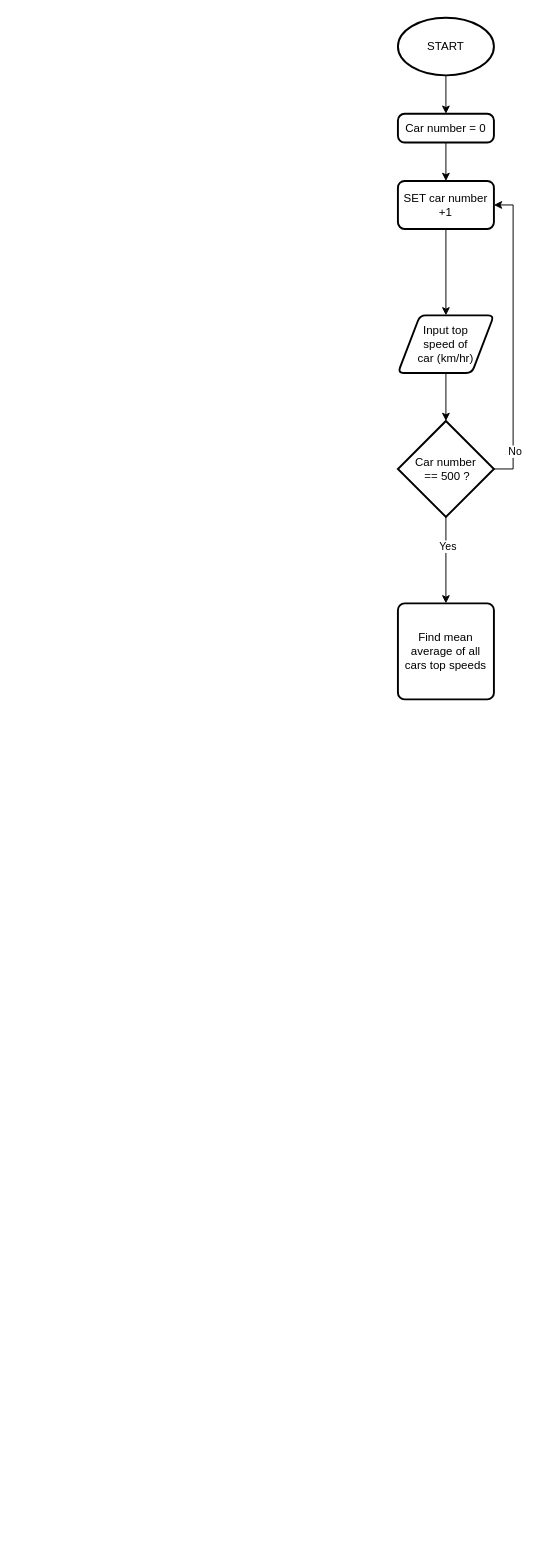
Hotdog-111/CompSci keeps this draw.io diagram as CompSci-main/1. Computational Thinking/FlowCharts/CarSpeeds.drawio. Above is the earlier version. Source tidied: cells renumbered, new cells numbered last; positions are measured from the earlier drawing's top-left corner, leaving out a move shared by most shapes. Both pictures are drawn from the tidied source at 96%, with x=0, y=0 at pixel (397, 17).
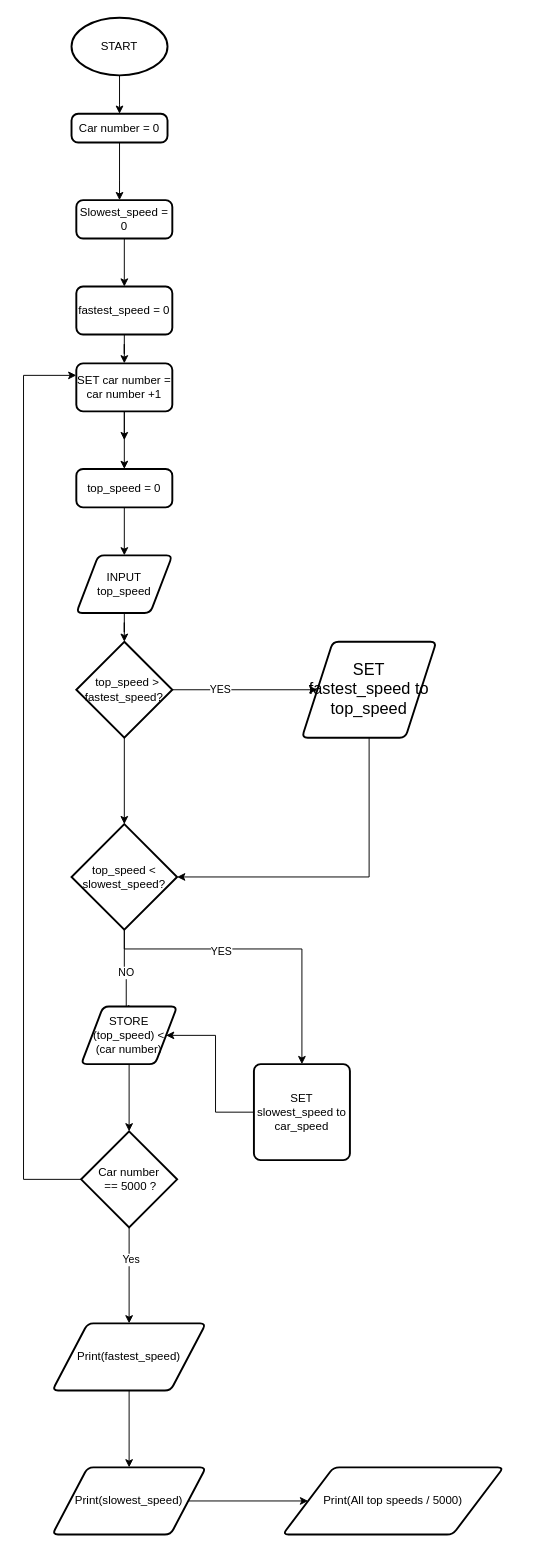
The same diagram, later.

Change to the diagram source:
```diff
@@
     <mxCell id="2" style="edgeStyle=orthogonalEdgeStyle;rounded=0;jettySize=auto;html=1;" parent="1" edge="1" source="3">
       <mxGeometry relative="1" as="geometry">
-        <mxPoint x="50" y="100" as="targetPoint" />
+        <mxPoint x="-290" y="100" as="targetPoint" />
         <Array as="points">
-          <mxPoint x="50" y="90" />
-          <mxPoint x="50" y="90" />
+          <mxPoint x="-290" y="90" />
+          <mxPoint x="-290" y="90" />
         </Array>
       </mxGeometry>
     </mxCell>
     <mxCell id="3" value="START" style="strokeWidth=2;html=1;shape=mxgraph.flowchart.start_1;whiteSpace=wrap;" parent="1" vertex="1">
-      <mxGeometry width="100" height="60" as="geometry" />
+      <mxGeometry x="-340" width="100" height="60" as="geometry" />
     </mxCell>
-    <mxCell id="4" style="edgeStyle=orthogonalEdgeStyle;rounded=0;jettySize=auto;html=1;entryX=0.5;entryY=0;entryDx=0;entryDy=0;entryPerimeter=0;" parent="1" edge="1" source="5" target="10">
-      <mxGeometry relative="1" as="geometry" />
-    </mxCell>
-    <mxCell id="5" value="Input top&lt;br&gt;speed of&lt;br&gt;car (km/hr)" style="shape=parallelogram;html=1;strokeWidth=2;perimeter=parallelogramPerimeter;whiteSpace=wrap;rounded=1;arcSize=12;size=0.23;" parent="1" vertex="1">
-      <mxGeometry y="310" width="100" height="60" as="geometry" />
-    </mxCell>
-    <mxCell id="6" style="edgeStyle=orthogonalEdgeStyle;rounded=0;jettySize=auto;html=1;entryX=1;entryY=0.5;entryDx=0;entryDy=0;" parent="1" edge="1" source="10" target="13">
-      <mxGeometry relative="1" as="geometry">
-        <Array as="points">
-          <mxPoint x="120" y="470" />
-          <mxPoint x="120" y="195" />
-        </Array>
-      </mxGeometry>
-    </mxCell>
-    <mxCell id="7" value="No" style="edgeLabel;html=1;align=center;verticalAlign=middle;" parent="6" vertex="1">
-      <mxGeometry x="-0.75" y="-1" relative="1" as="geometry" />
-    </mxCell>
-    <mxCell id="8" style="edgeStyle=orthogonalEdgeStyle;rounded=0;jettySize=auto;html=1;entryX=0.5;entryY=0;entryDx=0;entryDy=0;" parent="1" edge="1" source="10" target="11">
+    <mxCell id="8" style="edgeStyle=orthogonalEdgeStyle;rounded=0;jettySize=auto;html=1;entryX=0.5;entryY=0;entryDx=0;entryDy=0;" parent="1" edge="1" source="10" target="40">
       <mxGeometry relative="1" as="geometry" />
     </mxCell>
@@
+    <mxCell id="6" style="edgeStyle=orthogonalEdgeStyle;rounded=0;jettySize=auto;html=1;entryX=0;entryY=0.25;entryDx=0;entryDy=0;" parent="1" edge="1" source="10" target="13">
+      <mxGeometry relative="1" as="geometry">
+        <Array as="points">
+          <mxPoint x="-390" y="1210" />
+          <mxPoint x="-390" y="372" />
+        </Array>
+      </mxGeometry>
+    </mxCell>
-    <mxCell id="10" value="Car number&lt;br&gt;&amp;nbsp;== 500 ?" style="strokeWidth=2;html=1;shape=mxgraph.flowchart.decision;whiteSpace=wrap;" parent="1" vertex="1">
-      <mxGeometry y="420" width="100" height="100" as="geometry" />
+    <mxCell id="10" value="Car number&lt;br&gt;&amp;nbsp;== 5000 ?" style="strokeWidth=2;html=1;shape=mxgraph.flowchart.decision;whiteSpace=wrap;" parent="1" vertex="1">
+      <mxGeometry x="-330" y="1160" width="100" height="100" as="geometry" />
     </mxCell>
-    <mxCell id="11" value="Find mean average of all cars top speeds" style="rounded=1;whiteSpace=wrap;html=1;absoluteArcSize=1;arcSize=14;strokeWidth=2;" parent="1" vertex="1">
-      <mxGeometry y="610" width="100" height="100" as="geometry" />
-    </mxCell>
-    <mxCell id="12" style="edgeStyle=orthogonalEdgeStyle;rounded=0;jettySize=auto;html=1;entryX=0.5;entryY=0;entryDx=0;entryDy=0;" parent="1" edge="1" source="13" target="5">
-      <mxGeometry relative="1" as="geometry" />
+    <mxCell id="12" style="edgeStyle=orthogonalEdgeStyle;rounded=0;jettySize=auto;html=1;entryX=0.5;entryY=0;entryDx=0;entryDy=0;" parent="1" edge="1" source="13">
+      <mxGeometry relative="1" as="geometry">
+        <mxPoint x="-285" y="440" as="targetPoint" />
+      </mxGeometry>
     </mxCell>
+    <mxCell id="16" style="edgeStyle=orthogonalEdgeStyle;rounded=0;jettySize=auto;html=1;entryX=0.5;entryY=0;entryDx=0;entryDy=0;" parent="1" edge="1" source="13" target="37">
+      <mxGeometry relative="1" as="geometry" />
+    </mxCell>
-    <mxCell id="13" value="SET car number +1" style="rounded=1;whiteSpace=wrap;html=1;absoluteArcSize=1;arcSize=14;strokeWidth=2;" parent="1" vertex="1">
-      <mxGeometry y="170" width="100" height="50" as="geometry" />
+    <mxCell id="13" value="SET car number = car number +1" style="rounded=1;whiteSpace=wrap;html=1;absoluteArcSize=1;arcSize=14;strokeWidth=2;" parent="1" vertex="1">
+      <mxGeometry x="-335" y="360" width="100" height="50" as="geometry" />
     </mxCell>
-    <mxCell id="14" style="edgeStyle=orthogonalEdgeStyle;rounded=0;jettySize=auto;html=1;entryX=0.5;entryY=0;entryDx=0;entryDy=0;" parent="1" edge="1" source="15" target="13">
-      <mxGeometry relative="1" as="geometry" />
+    <mxCell id="14" style="edgeStyle=orthogonalEdgeStyle;rounded=0;jettySize=auto;html=1;" parent="1" edge="1" source="15">
+      <mxGeometry relative="1" as="geometry">
+        <mxPoint x="-290" y="190" as="targetPoint" />
+        <Array as="points">
+          <mxPoint x="-290" y="170" />
+          <mxPoint x="-290" y="170" />
+        </Array>
+      </mxGeometry>
     </mxCell>
     <mxCell id="15" value="Car number = 0" style="rounded=1;whiteSpace=wrap;html=1;absoluteArcSize=1;arcSize=14;strokeWidth=2;" parent="1" vertex="1">
-      <mxGeometry y="100" width="100" height="30" as="geometry" />
+      <mxGeometry x="-340" y="100" width="100" height="30" as="geometry" />
     </mxCell>
+    <mxCell id="17" style="edgeStyle=orthogonalEdgeStyle;rounded=0;jettySize=auto;html=1;entryX=0.5;entryY=0;entryDx=0;entryDy=0;entryPerimeter=0;" parent="1" edge="1" source="18" target="24">
+      <mxGeometry relative="1" as="geometry" />
+    </mxCell>
+    <mxCell id="18" value="INPUT &lt;br&gt;top_speed" style="shape=parallelogram;html=1;strokeWidth=2;perimeter=parallelogramPerimeter;whiteSpace=wrap;rounded=1;arcSize=12;size=0.23;" parent="1" vertex="1">
+      <mxGeometry x="-335" y="560" width="100" height="60" as="geometry" />
+    </mxCell>
+    <mxCell id="19" style="edgeStyle=orthogonalEdgeStyle;rounded=0;jettySize=auto;html=1;entryX=0.5;entryY=0;entryDx=0;entryDy=0;" parent="1" edge="1" source="20" target="13">
+      <mxGeometry relative="1" as="geometry" />
+    </mxCell>
+    <mxCell id="20" value="fastest_speed = 0" style="rounded=1;whiteSpace=wrap;html=1;absoluteArcSize=1;arcSize=14;strokeWidth=2;" parent="1" vertex="1">
+      <mxGeometry x="-335" y="280" width="100" height="50" as="geometry" />
+    </mxCell>
+    <mxCell id="21" style="edgeStyle=orthogonalEdgeStyle;rounded=0;jettySize=auto;html=1;entryX=0;entryY=0.5;entryDx=0;entryDy=0;" parent="1" edge="1" source="24" target="38">
+      <mxGeometry relative="1" as="geometry" />
+    </mxCell>
+    <mxCell id="22" value="YES" style="edgeLabel;html=1;align=center;verticalAlign=middle;" parent="21" vertex="1">
+      <mxGeometry x="-0.35" y="1" relative="1" as="geometry" />
+    </mxCell>
+    <mxCell id="23" style="edgeStyle=orthogonalEdgeStyle;rounded=0;jettySize=auto;html=1;entryX=0.5;entryY=0;entryDx=0;entryDy=0;entryPerimeter=0;" parent="1" edge="1" source="24" target="31">
+      <mxGeometry relative="1" as="geometry" />
+    </mxCell>
+    <mxCell id="24" value="&amp;nbsp; top_speed &amp;gt; fastest_speed?" style="strokeWidth=2;html=1;shape=mxgraph.flowchart.decision;whiteSpace=wrap;" parent="1" vertex="1">
+      <mxGeometry x="-335" y="650" width="100" height="100" as="geometry" />
+    </mxCell>
+    <mxCell id="25" style="edgeStyle=orthogonalEdgeStyle;rounded=0;jettySize=auto;html=1;entryX=1;entryY=0.5;entryDx=0;entryDy=0;entryPerimeter=0;exitX=0.5;exitY=1;exitDx=0;exitDy=0;" parent="1" edge="1" source="38" target="31">
+      <mxGeometry relative="1" as="geometry">
+        <Array as="points">
+          <mxPoint x="-30" y="895" />
+        </Array>
+      </mxGeometry>
+    </mxCell>
+    <mxCell id="26" style="edgeStyle=orthogonalEdgeStyle;rounded=0;orthogonalLoop=1;jettySize=auto;html=1;exitX=0.5;exitY=1;exitDx=0;exitDy=0;" parent="1" edge="1">
+      <mxGeometry relative="1" as="geometry">
+        <mxPoint x="-30" y="750" as="sourcePoint" />
+        <mxPoint x="-30" y="750" as="targetPoint" />
+      </mxGeometry>
+    </mxCell>
+    <mxCell id="27" style="edgeStyle=orthogonalEdgeStyle;rounded=0;orthogonalLoop=1;jettySize=auto;html=1;exitX=0.5;exitY=1;exitDx=0;exitDy=0;" parent="1" edge="1">
+      <mxGeometry relative="1" as="geometry">
+        <mxPoint x="-30" y="750" as="sourcePoint" />
+        <mxPoint x="-30" y="750" as="targetPoint" />
+      </mxGeometry>
+    </mxCell>
+    <mxCell id="28" style="edgeStyle=orthogonalEdgeStyle;rounded=0;jettySize=auto;html=1;entryX=0.5;entryY=0;entryDx=0;entryDy=0;" parent="1" edge="1" source="31" target="35">
+      <mxGeometry relative="1" as="geometry">
+        <Array as="points">
+          <mxPoint x="-285" y="970" />
+          <mxPoint x="-100" y="970" />
+        </Array>
+      </mxGeometry>
+    </mxCell>
+    <mxCell id="29" value="YES" style="edgeLabel;html=1;align=center;verticalAlign=middle;" parent="28" vertex="1">
+      <mxGeometry x="-0.26" y="-2" relative="1" as="geometry" />
+    </mxCell>
+    <mxCell id="30" value="NO" style="edgeStyle=orthogonalEdgeStyle;rounded=0;jettySize=auto;html=1;entryX=0.572;entryY=0.042;entryDx=0;entryDy=0;entryPerimeter=0;" parent="1" edge="1" source="31" target="45">
+      <mxGeometry relative="1" as="geometry">
+        <Array as="points">
+          <mxPoint x="-285" y="990" />
+          <mxPoint x="-283" y="990" />
+        </Array>
+      </mxGeometry>
+    </mxCell>
+    <mxCell id="31" value="top_speed &amp;lt; slowest_speed?" style="strokeWidth=2;html=1;shape=mxgraph.flowchart.decision;whiteSpace=wrap;" parent="1" vertex="1">
+      <mxGeometry x="-340" y="840" width="110" height="110" as="geometry" />
+    </mxCell>
+    <mxCell id="32" style="edgeStyle=orthogonalEdgeStyle;rounded=0;jettySize=auto;html=1;entryX=0.5;entryY=0;entryDx=0;entryDy=0;" parent="1" edge="1" source="33" target="20">
+      <mxGeometry relative="1" as="geometry" />
+    </mxCell>
+    <mxCell id="33" value="Slowest_speed = 0" style="rounded=1;whiteSpace=wrap;html=1;absoluteArcSize=1;arcSize=14;strokeWidth=2;" parent="1" vertex="1">
+      <mxGeometry x="-335" y="190" width="100" height="40" as="geometry" />
+    </mxCell>
+    <mxCell id="34" style="edgeStyle=orthogonalEdgeStyle;rounded=0;jettySize=auto;html=1;" parent="1" edge="1" source="35" target="45">
+      <mxGeometry relative="1" as="geometry" />
+    </mxCell>
+    <mxCell id="35" value="SET slowest_speed to car_speed" style="rounded=1;whiteSpace=wrap;html=1;absoluteArcSize=1;arcSize=14;strokeWidth=2;" parent="1" vertex="1">
+      <mxGeometry x="-150" y="1090" width="100" height="100" as="geometry" />
+    </mxCell>
+    <mxCell id="36" style="edgeStyle=orthogonalEdgeStyle;rounded=0;jettySize=auto;html=1;entryX=0.5;entryY=0;entryDx=0;entryDy=0;" parent="1" edge="1" source="37" target="18">
+      <mxGeometry relative="1" as="geometry" />
+    </mxCell>
+    <mxCell id="37" value="top_speed = 0" style="rounded=1;whiteSpace=wrap;html=1;absoluteArcSize=1;arcSize=14;strokeWidth=2;" parent="1" vertex="1">
+      <mxGeometry x="-335" y="470" width="100" height="40" as="geometry" />
+    </mxCell>
+    <mxCell id="38" value="&lt;font style=&quot;font-size: 17px;&quot;&gt;SET fastest_speed to top_speed&lt;/font&gt;" style="shape=parallelogram;html=1;strokeWidth=2;perimeter=parallelogramPerimeter;whiteSpace=wrap;rounded=1;arcSize=12;size=0.23;" parent="1" vertex="1">
+      <mxGeometry x="-100" y="650" width="140" height="100" as="geometry" />
+    </mxCell>
+    <mxCell id="39" style="edgeStyle=orthogonalEdgeStyle;rounded=0;jettySize=auto;html=1;" parent="1" edge="1" source="40" target="42">
+      <mxGeometry relative="1" as="geometry" />
+    </mxCell>
+    <mxCell id="40" value="Print(fastest_speed)" style="shape=parallelogram;html=1;strokeWidth=2;perimeter=parallelogramPerimeter;whiteSpace=wrap;rounded=1;arcSize=12;size=0.23;" parent="1" vertex="1">
+      <mxGeometry x="-360" y="1360" width="160" height="70" as="geometry" />
+    </mxCell>
+    <mxCell id="41" style="edgeStyle=orthogonalEdgeStyle;rounded=0;jettySize=auto;html=1;" parent="1" edge="1" source="42" target="43">
+      <mxGeometry relative="1" as="geometry" />
+    </mxCell>
+    <mxCell id="42" value="Print(slowest_speed)" style="shape=parallelogram;html=1;strokeWidth=2;perimeter=parallelogramPerimeter;whiteSpace=wrap;rounded=1;arcSize=12;size=0.23;" parent="1" vertex="1">
+      <mxGeometry x="-360" y="1510" width="160" height="70" as="geometry" />
+    </mxCell>
+    <mxCell id="43" value="Print(All top speeds / 5000)" style="shape=parallelogram;html=1;strokeWidth=2;perimeter=parallelogramPerimeter;whiteSpace=wrap;rounded=1;arcSize=12;size=0.23;" parent="1" vertex="1">
+      <mxGeometry x="-120" y="1510" width="230" height="70" as="geometry" />
+    </mxCell>
+    <mxCell id="44" style="edgeStyle=orthogonalEdgeStyle;rounded=0;jettySize=auto;html=1;" parent="1" edge="1" source="45" target="10">
+      <mxGeometry relative="1" as="geometry" />
+    </mxCell>
+    <mxCell id="45" value="STORE (top_speed) &amp;lt; (car number)" style="shape=parallelogram;html=1;strokeWidth=2;perimeter=parallelogramPerimeter;whiteSpace=wrap;rounded=1;arcSize=12;size=0.23;" parent="1" vertex="1">
+      <mxGeometry x="-330" y="1030" width="100" height="60" as="geometry" />
+    </mxCell>
```
